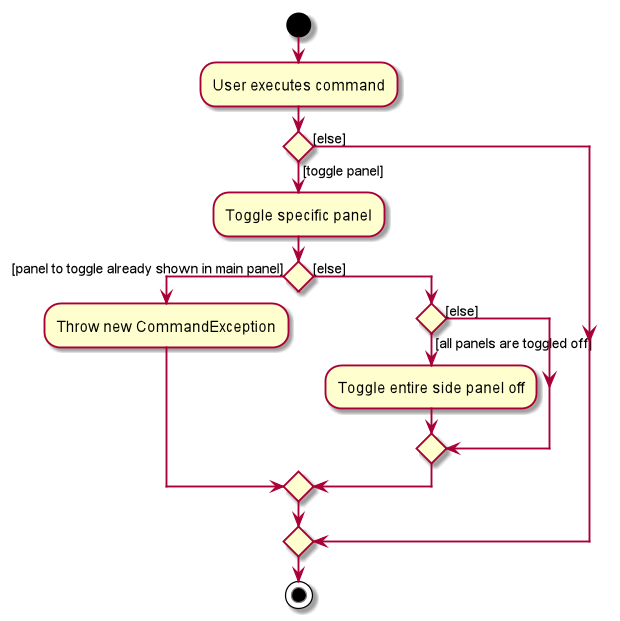
Above: docs/images/ToggleActivityDiagram.png in nus-cs2103-AY1920S1/addressbook-level3 (PlantUML), before the change. Source of this version:
```plantuml
@startuml
start
:User executes command;
if () then ([toggle panel])
    :Toggle specific panel;
    if () then ([panel to toggle already shown in main panel])
            :Throw new CommandException;
        else ([else])
            if () then ([all panels are toggled off])
                :Toggle entire side panel off;
            else ([else])
            endif
        endif
else ([else])
endif
stop

@enduml
```
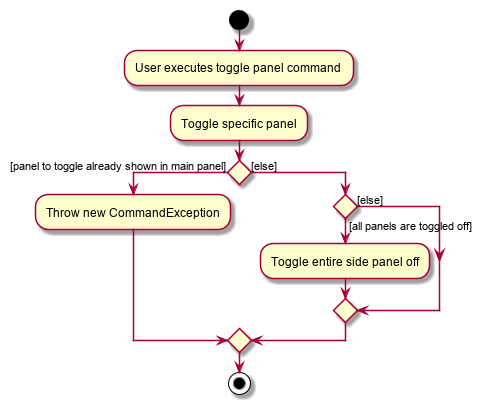
After the change.

Commit message:
Add activity diagram for ChangeFont command

Change to the diagram source:
```diff
@@ -1,18 +1,15 @@
 @startuml
 start
-:User executes command;
-if () then ([toggle panel])
-    :Toggle specific panel;
-    if () then ([panel to toggle already shown in main panel])
-            :Throw new CommandException;
+:User executes toggle panel command;
+:Toggle specific panel;
+if () then ([panel to toggle already shown in main panel])
+        :Throw new CommandException;
+    else ([else])
+        if () then ([all panels are toggled off])
+            :Toggle entire side panel off;
         else ([else])
-            if () then ([all panels are toggled off])
-                :Toggle entire side panel off;
-            else ([else])
-            endif
         endif
-else ([else])
-endif
+    endif
 stop
 
 @enduml
```
